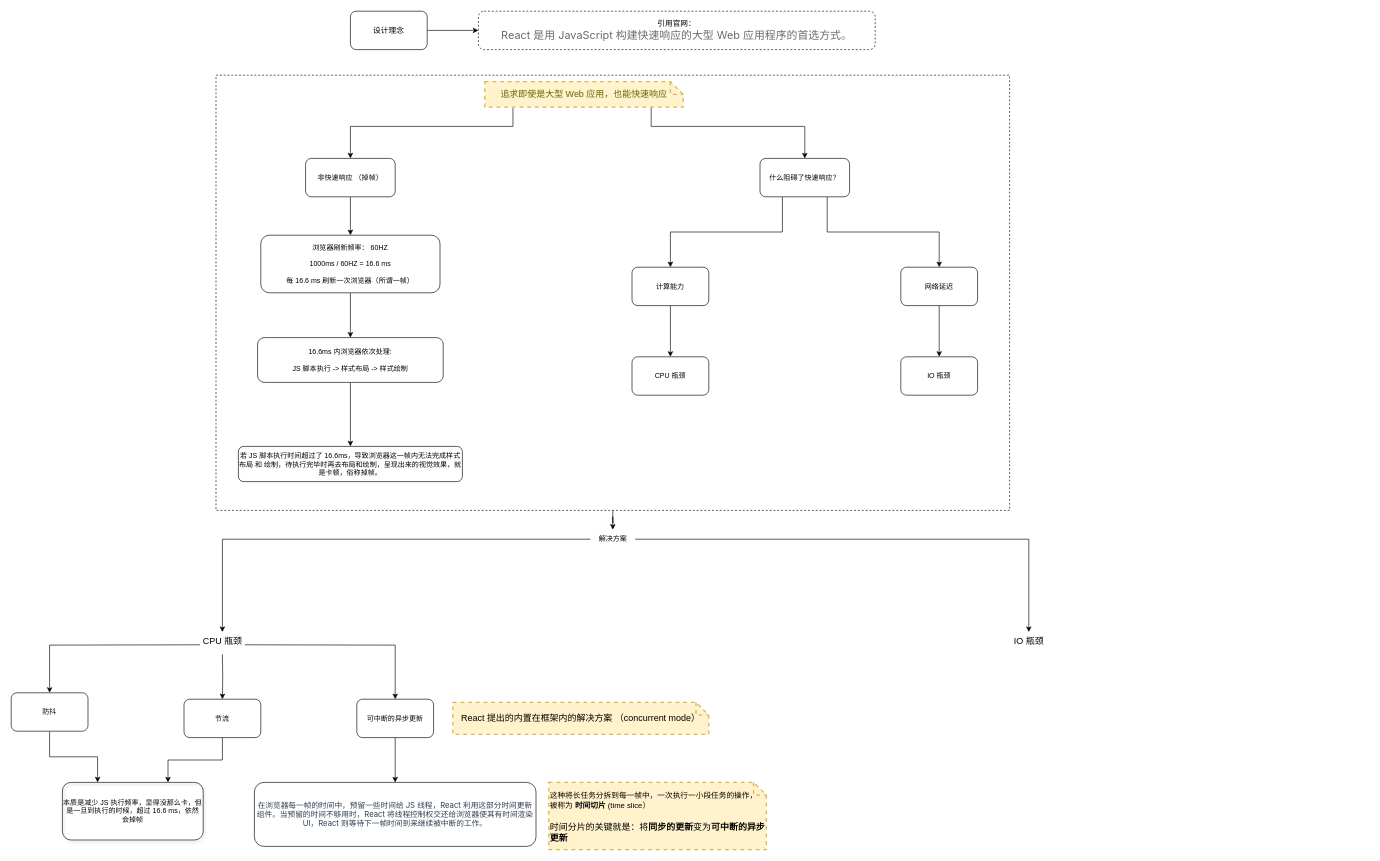
Above: React.drawio in FE-Sadhu/diagram (draw.io), before the change. Source tidied: cells renumbered, new cells numbered last; positions are measured from the earlier drawing's top-left corner, leaving out a move shared by most shapes. Both pictures are drawn from the tidied source at 64%, with x=0, y=0 at pixel (11, 11).
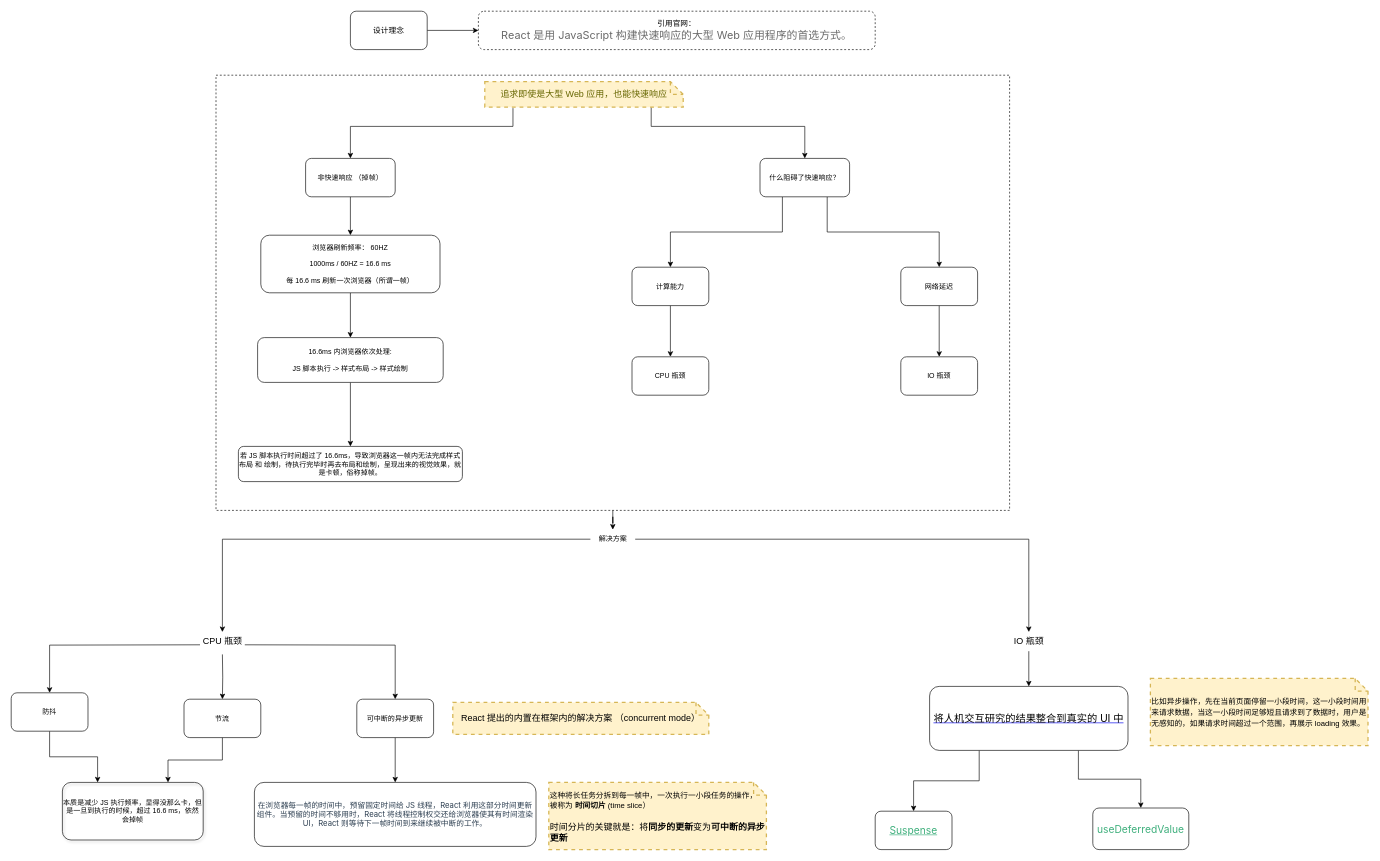
The same page after the edit.

The change refers to these unchanged cells:
```xml
<mxCell id="43" value="IO 瓶颈" style="text;html=1;align=center;verticalAlign=middle;points=[];strokeColor=none;fillColor=none;fontSize=14;fontFamily=Helvetica;fontColor=#000000;" parent="1" vertex="1">
  <mxGeometry x="1555" y="970" width="70" height="30" as="geometry" />
</mxCell>
```

What changed in the source:
```diff
@@
-    <mxCell id="39" value="&lt;font style=&quot;font-size: 12px;&quot;&gt;&lt;span style=&quot;color: rgb(44, 62, 80); font-family: -apple-system, BlinkMacSystemFont, &amp;quot;Segoe UI&amp;quot;, Roboto, Oxygen, Ubuntu, Cantarell, &amp;quot;Fira Sans&amp;quot;, &amp;quot;Droid Sans&amp;quot;, &amp;quot;Helvetica Neue&amp;quot;, sans-serif; text-align: start; background-color: rgb(255, 255, 255);&quot;&gt;在浏览器每一帧的时间中，预留一些时间给 JS 线程，React&amp;nbsp;&lt;/span&gt;&lt;span style=&quot;color: rgb(44, 62, 80); font-family: -apple-system, BlinkMacSystemFont, &amp;quot;Segoe UI&amp;quot;, Roboto, Oxygen, Ubuntu, Cantarell, &amp;quot;Fira Sans&amp;quot;, &amp;quot;Droid Sans&amp;quot;, &amp;quot;Helvetica Neue&amp;quot;, sans-serif; text-align: start; background-color: rgb(255, 255, 255);&quot;&gt;利用这部分时间更新组件。&lt;/span&gt;&lt;/font&gt;&lt;font style=&quot;font-size: 12px;&quot;&gt;&lt;span style=&quot;color: rgb(44, 62, 80); font-family: -apple-system, BlinkMacSystemFont, &amp;quot;Segoe UI&amp;quot;, Roboto, Oxygen, Ubuntu, Cantarell, &amp;quot;Fira Sans&amp;quot;, &amp;quot;Droid Sans&amp;quot;, &amp;quot;Helvetica Neue&amp;quot;, sans-serif; text-align: start; background-color: rgb(255, 255, 255);&quot;&gt;当预留的时间不够用时，React&amp;nbsp;&lt;/span&gt;&lt;span style=&quot;color: rgb(44, 62, 80); font-family: -apple-system, BlinkMacSystemFont, &amp;quot;Segoe UI&amp;quot;, Roboto, Oxygen, Ubuntu, Cantarell, &amp;quot;Fira Sans&amp;quot;, &amp;quot;Droid Sans&amp;quot;, &amp;quot;Helvetica Neue&amp;quot;, sans-serif; text-align: start; background-color: rgb(255, 255, 255);&quot;&gt;将线程控制权交还给浏览器使其有时间渲染UI，React&amp;nbsp;&lt;/span&gt;&lt;span style=&quot;color: rgb(44, 62, 80); font-family: -apple-system, BlinkMacSystemFont, &amp;quot;Segoe UI&amp;quot;, Roboto, Oxygen, Ubuntu, Cantarell, &amp;quot;Fira Sans&amp;quot;, &amp;quot;Droid Sans&amp;quot;, &amp;quot;Helvetica Neue&amp;quot;, sans-serif; text-align: start; background-color: rgb(255, 255, 255);&quot;&gt;则等待下一帧时间到来继续被中断的工作。&lt;/span&gt;&lt;/font&gt;" style="whiteSpace=wrap;html=1;fontSize=11;rounded=1;" parent="1" vertex="1">
+    <mxCell id="39" value="&lt;font style=&quot;font-size: 12px;&quot;&gt;&lt;span style=&quot;color: rgb(44, 62, 80); font-family: -apple-system, BlinkMacSystemFont, &amp;quot;Segoe UI&amp;quot;, Roboto, Oxygen, Ubuntu, Cantarell, &amp;quot;Fira Sans&amp;quot;, &amp;quot;Droid Sans&amp;quot;, &amp;quot;Helvetica Neue&amp;quot;, sans-serif; text-align: start; background-color: rgb(255, 255, 255);&quot;&gt;在浏览器每一帧的时间中，预留固定时间给 JS 线程，React&amp;nbsp;&lt;/span&gt;&lt;span style=&quot;color: rgb(44, 62, 80); font-family: -apple-system, BlinkMacSystemFont, &amp;quot;Segoe UI&amp;quot;, Roboto, Oxygen, Ubuntu, Cantarell, &amp;quot;Fira Sans&amp;quot;, &amp;quot;Droid Sans&amp;quot;, &amp;quot;Helvetica Neue&amp;quot;, sans-serif; text-align: start; background-color: rgb(255, 255, 255);&quot;&gt;利用这部分时间更新组件。&lt;/span&gt;&lt;/font&gt;&lt;font style=&quot;font-size: 12px;&quot;&gt;&lt;span style=&quot;color: rgb(44, 62, 80); font-family: -apple-system, BlinkMacSystemFont, &amp;quot;Segoe UI&amp;quot;, Roboto, Oxygen, Ubuntu, Cantarell, &amp;quot;Fira Sans&amp;quot;, &amp;quot;Droid Sans&amp;quot;, &amp;quot;Helvetica Neue&amp;quot;, sans-serif; text-align: start; background-color: rgb(255, 255, 255);&quot;&gt;当预留的时间不够用时，React&amp;nbsp;&lt;/span&gt;&lt;span style=&quot;color: rgb(44, 62, 80); font-family: -apple-system, BlinkMacSystemFont, &amp;quot;Segoe UI&amp;quot;, Roboto, Oxygen, Ubuntu, Cantarell, &amp;quot;Fira Sans&amp;quot;, &amp;quot;Droid Sans&amp;quot;, &amp;quot;Helvetica Neue&amp;quot;, sans-serif; text-align: start; background-color: rgb(255, 255, 255);&quot;&gt;将线程控制权交还给浏览器使其有时间渲染UI，React&amp;nbsp;&lt;/span&gt;&lt;span style=&quot;color: rgb(44, 62, 80); font-family: -apple-system, BlinkMacSystemFont, &amp;quot;Segoe UI&amp;quot;, Roboto, Oxygen, Ubuntu, Cantarell, &amp;quot;Fira Sans&amp;quot;, &amp;quot;Droid Sans&amp;quot;, &amp;quot;Helvetica Neue&amp;quot;, sans-serif; text-align: start; background-color: rgb(255, 255, 255);&quot;&gt;则等待下一帧时间到来继续被中断的工作。&lt;/span&gt;&lt;/font&gt;" style="whiteSpace=wrap;html=1;fontSize=11;rounded=1;" parent="1" vertex="1">
       <mxGeometry x="380" y="1205" width="440" height="100" as="geometry" />
     </mxCell>
@@
+    <mxCell id="44" style="edgeStyle=orthogonalEdgeStyle;rounded=0;jettySize=auto;html=1;fontFamily=Helvetica;fontColor=#000000;" parent="1" edge="1" source="43" target="47">
+      <mxGeometry relative="1" as="geometry" />
+    </mxCell>
@@
+    <mxCell id="45" style="edgeStyle=orthogonalEdgeStyle;rounded=0;jettySize=auto;html=1;exitX=0.75;exitY=1;exitDx=0;exitDy=0;entryX=0.5;entryY=0;entryDx=0;entryDy=0;fontFamily=Helvetica;fontColor=#000000;" parent="1" edge="1" source="47" target="49">
+      <mxGeometry relative="1" as="geometry" />
+    </mxCell>
+    <mxCell id="46" style="edgeStyle=orthogonalEdgeStyle;rounded=0;jettySize=auto;html=1;exitX=0.25;exitY=1;exitDx=0;exitDy=0;entryX=0.5;entryY=0;entryDx=0;entryDy=0;fontFamily=Helvetica;fontColor=#000000;" parent="1" edge="1" source="47" target="48">
+      <mxGeometry relative="1" as="geometry" />
+    </mxCell>
+    <mxCell id="47" value="&lt;a style=&quot;font-size: 16px; text-align: start; background-color: rgb(255, 255, 255);&quot; rel=&quot;noopener noreferrer&quot; target=&quot;_blank&quot; href=&quot;https://zh-hans.reactjs.org/docs/concurrent-mode-intro.html#putting-research-into-production&quot;&gt;&lt;font style=&quot;&quot; color=&quot;#000000&quot;&gt;将人机交互研究的结果整合到真实的 UI 中&lt;/font&gt;&lt;/a&gt;" style="rounded=1;whiteSpace=wrap;html=1;" parent="1" vertex="1">
+      <mxGeometry x="1435" y="1055" width="310" height="100" as="geometry" />
+    </mxCell>
+    <mxCell id="48" value="&lt;a style=&quot;color: rgb(62, 175, 124); font-family: -apple-system, BlinkMacSystemFont, &amp;quot;Segoe UI&amp;quot;, Roboto, Oxygen, Ubuntu, Cantarell, &amp;quot;Fira Sans&amp;quot;, &amp;quot;Droid Sans&amp;quot;, &amp;quot;Helvetica Neue&amp;quot;, sans-serif; font-size: 16px; text-align: start; background-color: rgb(255, 255, 255);&quot; rel=&quot;noopener noreferrer&quot; target=&quot;_blank&quot; href=&quot;https://zh-hans.reactjs.org/docs/concurrent-mode-suspense.html&quot;&gt;Suspense&lt;/a&gt;" style="whiteSpace=wrap;html=1;rounded=1;" parent="1" vertex="1">
+      <mxGeometry x="1350" y="1250" width="120" height="60" as="geometry" />
+    </mxCell>
+    <mxCell id="49" value="&lt;a style=&quot;text-decoration-line: none; color: rgb(62, 175, 124); font-family: -apple-system, BlinkMacSystemFont, &amp;quot;Segoe UI&amp;quot;, Roboto, Oxygen, Ubuntu, Cantarell, &amp;quot;Fira Sans&amp;quot;, &amp;quot;Droid Sans&amp;quot;, &amp;quot;Helvetica Neue&amp;quot;, sans-serif; font-size: 16px; text-align: start; background-color: rgb(255, 255, 255);&quot; rel=&quot;noopener noreferrer&quot; target=&quot;_blank&quot; href=&quot;https://zh-hans.reactjs.org/docs/concurrent-mode-reference.html#usedeferredvalue&quot;&gt;useDeferredValue&lt;/a&gt;" style="whiteSpace=wrap;html=1;rounded=1;" parent="1" vertex="1">
+      <mxGeometry x="1690" y="1245" width="150" height="65" as="geometry" />
+    </mxCell>
+    <mxCell id="50" value="&lt;span style=&quot;color: rgb(0, 0, 0); font-size: 12px;&quot;&gt;比如异步操作，先在当前页面停留一小段时间，这一小段时间用来请求数据，当这一小段时间足够短且请求到了数据时，用户是无感知的，如果请求时间超过一个范围，再展示 loading 效果。&lt;br&gt;&lt;/span&gt;" style="shape=note;strokeWidth=2;fontSize=14;size=20;whiteSpace=wrap;html=1;fillColor=#fff2cc;strokeColor=#d6b656;fontColor=#666600;dashed=1;align=left;" parent="1" vertex="1">
+      <mxGeometry x="1780" y="1042.5" width="340" height="105" as="geometry" />
+    </mxCell>
```
